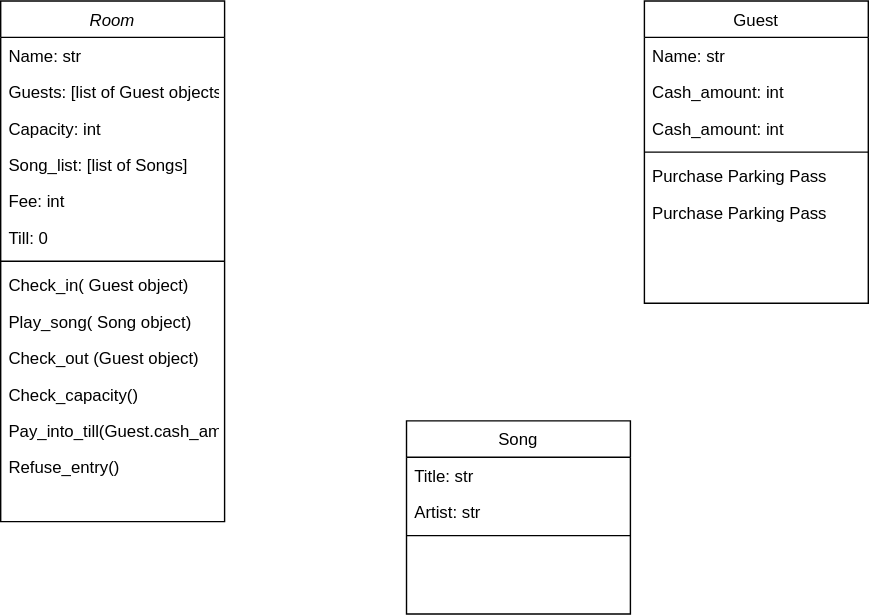
The draw.io diagram Class_diagram.svg in ecoBela/py_multiple_classes_caraoke_wk2_hw, before a commit. Source tidied: cells renumbered, new cells last; positions are measured from the earlier drawing's top-left corner, leaving out a move shared by most shapes. The source it was exported from:
```xml
<mxGraphModel>
  <root>
    <mxCell id="0" />
    <mxCell id="1" parent="0" />
    <mxCell id="2" value="Room" style="swimlane;fontStyle=2;align=center;verticalAlign=top;horizontal=1;startSize=26;rounded=0;shadow=0;strokeWidth=1;" parent="1" vertex="1">
      <mxGeometry width="160" height="372" as="geometry" />
    </mxCell>
    <mxCell id="3" value="Name: str" style="text;align=left;verticalAlign=top;spacingLeft=4;spacingRight=4;overflow=hidden;" parent="2" vertex="1">
      <mxGeometry y="26" width="160" height="26" as="geometry" />
    </mxCell>
    <mxCell id="4" value="Guests: [list of Guest objects]" style="text;align=left;verticalAlign=top;spacingLeft=4;spacingRight=4;overflow=hidden;rounded=0;shadow=0;html=0;" parent="2" vertex="1">
      <mxGeometry y="52" width="160" height="26" as="geometry" />
    </mxCell>
    <mxCell id="5" value="Capacity: int" style="text;align=left;verticalAlign=top;spacingLeft=4;spacingRight=4;overflow=hidden;rounded=0;shadow=0;html=0;" parent="2" vertex="1">
      <mxGeometry y="78" width="160" height="26" as="geometry" />
    </mxCell>
    <mxCell id="6" value="Song_list: [list of Songs]" style="text;align=left;verticalAlign=top;spacingLeft=4;spacingRight=4;overflow=hidden;rounded=0;shadow=0;html=0;" parent="2" vertex="1">
      <mxGeometry y="104" width="160" height="26" as="geometry" />
    </mxCell>
    <mxCell id="7" value="Fee: int" style="text;align=left;verticalAlign=top;spacingLeft=4;spacingRight=4;overflow=hidden;rounded=0;shadow=0;html=0;" parent="2" vertex="1">
      <mxGeometry y="130" width="160" height="26" as="geometry" />
    </mxCell>
    <mxCell id="8" value="Till: 0" style="text;align=left;verticalAlign=top;spacingLeft=4;spacingRight=4;overflow=hidden;rounded=0;shadow=0;html=0;" parent="2" vertex="1">
      <mxGeometry y="156" width="160" height="26" as="geometry" />
    </mxCell>
    <mxCell id="9" style="line;html=1;strokeWidth=1;align=left;verticalAlign=middle;spacingTop=-1;spacingLeft=3;spacingRight=3;labelPosition=right;" parent="2" vertex="1">
      <mxGeometry y="182" width="160" height="8" as="geometry" />
    </mxCell>
    <mxCell id="10" value="Check_in( Guest object)" style="text;align=left;verticalAlign=top;spacingLeft=4;spacingRight=4;overflow=hidden;" parent="2" vertex="1">
      <mxGeometry y="190" width="160" height="26" as="geometry" />
    </mxCell>
    <mxCell id="11" value="Play_song( Song object)" style="text;align=left;verticalAlign=top;spacingLeft=4;spacingRight=4;overflow=hidden;" parent="2" vertex="1">
      <mxGeometry y="216" width="160" height="26" as="geometry" />
    </mxCell>
    <mxCell id="12" value="Check_out (Guest object)" style="text;align=left;verticalAlign=top;spacingLeft=4;spacingRight=4;overflow=hidden;" parent="2" vertex="1">
      <mxGeometry y="242" width="160" height="26" as="geometry" />
    </mxCell>
    <mxCell id="13" value="Check_capacity()" style="text;align=left;verticalAlign=top;spacingLeft=4;spacingRight=4;overflow=hidden;" parent="2" vertex="1">
      <mxGeometry y="268" width="160" height="26" as="geometry" />
    </mxCell>
    <mxCell id="14" value="Pay_into_till(Guest.cash_amount)" style="text;align=left;verticalAlign=top;spacingLeft=4;spacingRight=4;overflow=hidden;" parent="2" vertex="1">
      <mxGeometry y="294" width="160" height="26" as="geometry" />
    </mxCell>
    <mxCell id="15" value="Refuse_entry()" style="text;align=left;verticalAlign=top;spacingLeft=4;spacingRight=4;overflow=hidden;" parent="2" vertex="1">
      <mxGeometry y="320" width="160" height="26" as="geometry" />
    </mxCell>
    <mxCell id="16" value="Song&#10;" style="swimlane;fontStyle=0;align=center;verticalAlign=top;horizontal=1;startSize=26;rounded=0;shadow=0;strokeWidth=1;" parent="1" vertex="1">
      <mxGeometry x="290" y="300" width="160" height="138" as="geometry" />
    </mxCell>
    <mxCell id="17" value="Title: str" style="text;align=left;verticalAlign=top;spacingLeft=4;spacingRight=4;overflow=hidden;" parent="16" vertex="1">
      <mxGeometry y="26" width="160" height="26" as="geometry" />
    </mxCell>
    <mxCell id="18" value="Artist: str" style="text;align=left;verticalAlign=top;spacingLeft=4;spacingRight=4;overflow=hidden;rounded=0;shadow=0;html=0;" parent="16" vertex="1">
      <mxGeometry y="52" width="160" height="26" as="geometry" />
    </mxCell>
    <mxCell id="19" style="line;html=1;strokeWidth=1;align=left;verticalAlign=middle;spacingTop=-1;spacingLeft=3;spacingRight=3;labelPosition=right;" parent="16" vertex="1">
      <mxGeometry y="78" width="160" height="8" as="geometry" />
    </mxCell>
    <mxCell id="20" value="Guest" style="swimlane;fontStyle=0;align=center;verticalAlign=top;horizontal=1;startSize=26;rounded=0;shadow=0;strokeWidth=1;" parent="1" vertex="1">
      <mxGeometry x="460" width="160" height="216" as="geometry" />
    </mxCell>
    <mxCell id="21" value="Name: str" style="text;align=left;verticalAlign=top;spacingLeft=4;spacingRight=4;overflow=hidden;" parent="20" vertex="1">
      <mxGeometry y="26" width="160" height="26" as="geometry" />
    </mxCell>
    <mxCell id="22" value="Cash_amount: int" style="text;align=left;verticalAlign=top;spacingLeft=4;spacingRight=4;overflow=hidden;" parent="20" vertex="1">
      <mxGeometry y="52" width="160" height="26" as="geometry" />
    </mxCell>
    <mxCell id="23" value="Cash_amount: int" style="text;align=left;verticalAlign=top;spacingLeft=4;spacingRight=4;overflow=hidden;" parent="20" vertex="1">
      <mxGeometry y="78" width="160" height="26" as="geometry" />
    </mxCell>
    <mxCell id="24" style="line;html=1;strokeWidth=1;align=left;verticalAlign=middle;spacingTop=-1;spacingLeft=3;spacingRight=3;labelPosition=right;" parent="20" vertex="1">
      <mxGeometry y="104" width="160" height="8" as="geometry" />
    </mxCell>
    <mxCell id="25" value="Purchase Parking Pass" style="text;align=left;verticalAlign=top;spacingLeft=4;spacingRight=4;overflow=hidden;" parent="20" vertex="1">
      <mxGeometry y="112" width="160" height="26" as="geometry" />
    </mxCell>
    <mxCell id="26" value="Purchase Parking Pass" style="text;align=left;verticalAlign=top;spacingLeft=4;spacingRight=4;overflow=hidden;" parent="20" vertex="1">
      <mxGeometry y="138" width="160" height="26" as="geometry" />
    </mxCell>
  </root>
</mxGraphModel>
```
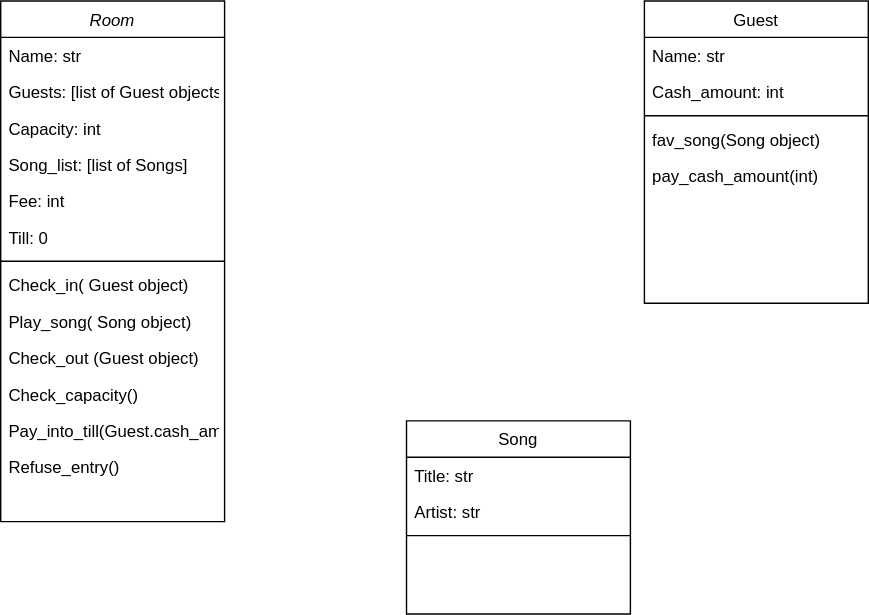
Later version of the same file.

Commit message:
added guest methods

Change to the diagram source:
```diff
@@ -65,17 +65,14 @@
     <mxCell id="22" value="Cash_amount: int" style="text;align=left;verticalAlign=top;spacingLeft=4;spacingRight=4;overflow=hidden;" parent="20" vertex="1">
       <mxGeometry y="52" width="160" height="26" as="geometry" />
     </mxCell>
-    <mxCell id="23" value="Cash_amount: int" style="text;align=left;verticalAlign=top;spacingLeft=4;spacingRight=4;overflow=hidden;" parent="20" vertex="1">
-      <mxGeometry y="78" width="160" height="26" as="geometry" />
-    </mxCell>
     <mxCell id="24" style="line;html=1;strokeWidth=1;align=left;verticalAlign=middle;spacingTop=-1;spacingLeft=3;spacingRight=3;labelPosition=right;" parent="20" vertex="1">
-      <mxGeometry y="104" width="160" height="8" as="geometry" />
+      <mxGeometry y="78" width="160" height="8" as="geometry" />
     </mxCell>
-    <mxCell id="25" value="Purchase Parking Pass" style="text;align=left;verticalAlign=top;spacingLeft=4;spacingRight=4;overflow=hidden;" parent="20" vertex="1">
-      <mxGeometry y="112" width="160" height="26" as="geometry" />
-    </mxCell>
-    <mxCell id="26" value="Purchase Parking Pass" style="text;align=left;verticalAlign=top;spacingLeft=4;spacingRight=4;overflow=hidden;" parent="20" vertex="1">
-      <mxGeometry y="138" width="160" height="26" as="geometry" />
+    <mxCell id="26" value="fav_song(Song object)" style="text;align=left;verticalAlign=top;spacingLeft=4;spacingRight=4;overflow=hidden;" parent="20" vertex="1">
+      <mxGeometry y="86" width="160" height="26" as="geometry" />
     </mxCell>
+    <mxCell id="27" value="pay_cash_amount(int)" style="text;align=left;verticalAlign=top;spacingLeft=4;spacingRight=4;overflow=hidden;" parent="20" vertex="1">
+      <mxGeometry y="112" width="160" height="26" as="geometry" />
+    </mxCell>
   </root>
 </mxGraphModel>
```
